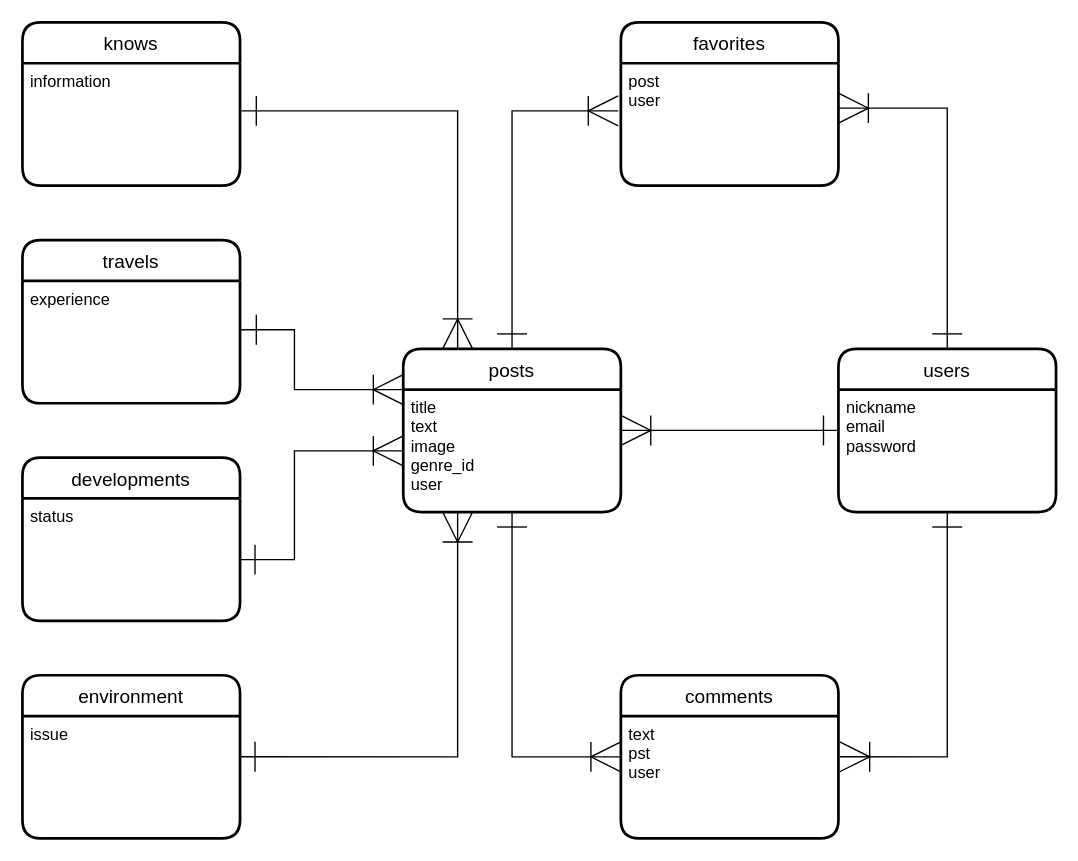
masanaga225150/space keeps this draw.io diagram as ER図.dio. Above is the earlier version. Source tidied: cells renumbered, new cells numbered last; positions are measured from the earlier drawing's top-left corner, leaving out a move shared by most shapes. Both pictures are drawn from the tidied source at 136%, with x=0, y=0 at pixel (22, 22).
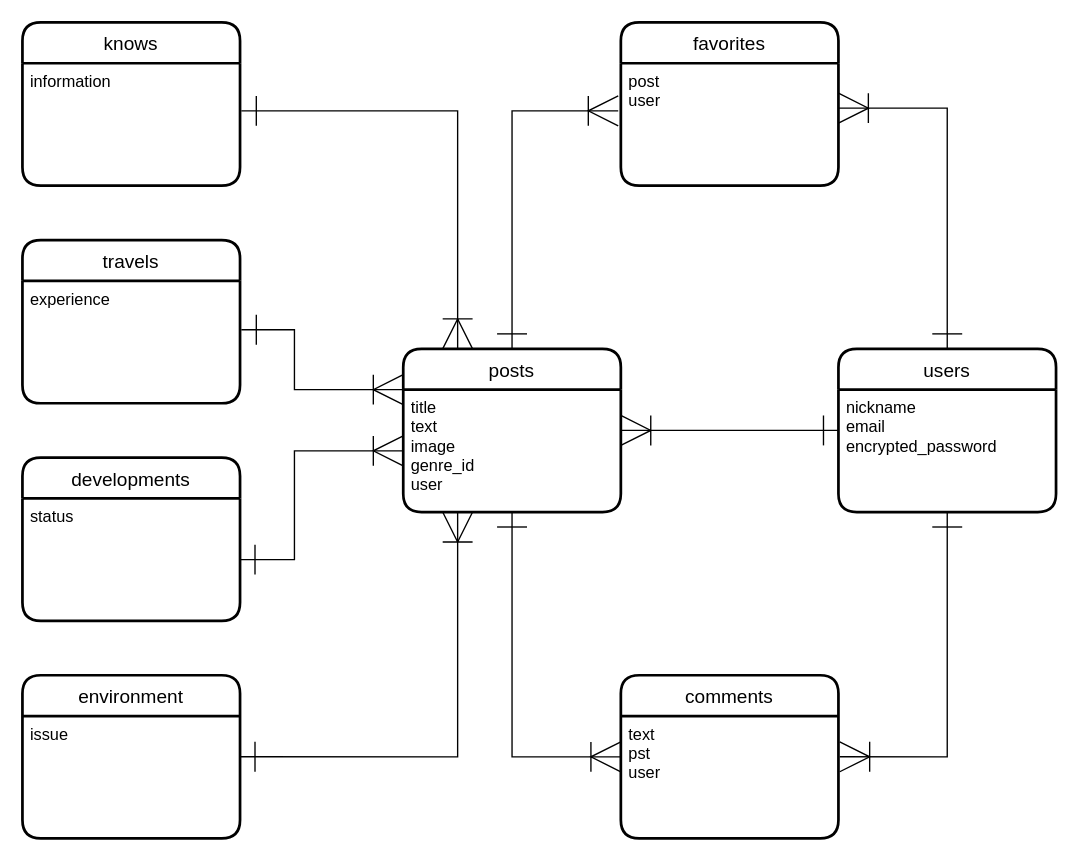
After the change.

Unchanged cells that the change refers to:
```xml
<mxCell id="2" value="users" style="swimlane;horizontal=1;startSize=30;rounded=1;fontSize=14;fontStyle=0;strokeWidth=2;shadow=0;dashed=0;align=center;" parent="1" vertex="1">
  <mxGeometry x="600" y="240" width="160" height="120" as="geometry" />
</mxCell>
```

Diff of the diagram source:
```diff
@@
-    <mxCell id="3" value="nickname&#10;email&#10;password" style="align=left;strokeColor=none;fillColor=none;spacingLeft=4;fontSize=12;verticalAlign=top;" parent="2" vertex="1">
+    <mxCell id="3" value="nickname&#10;email&#10;encrypted_password" style="align=left;strokeColor=none;fillColor=none;spacingLeft=4;fontSize=12;verticalAlign=top;" parent="2" vertex="1">
       <mxGeometry y="30" width="160" height="90" as="geometry" />
     </mxCell>
```
